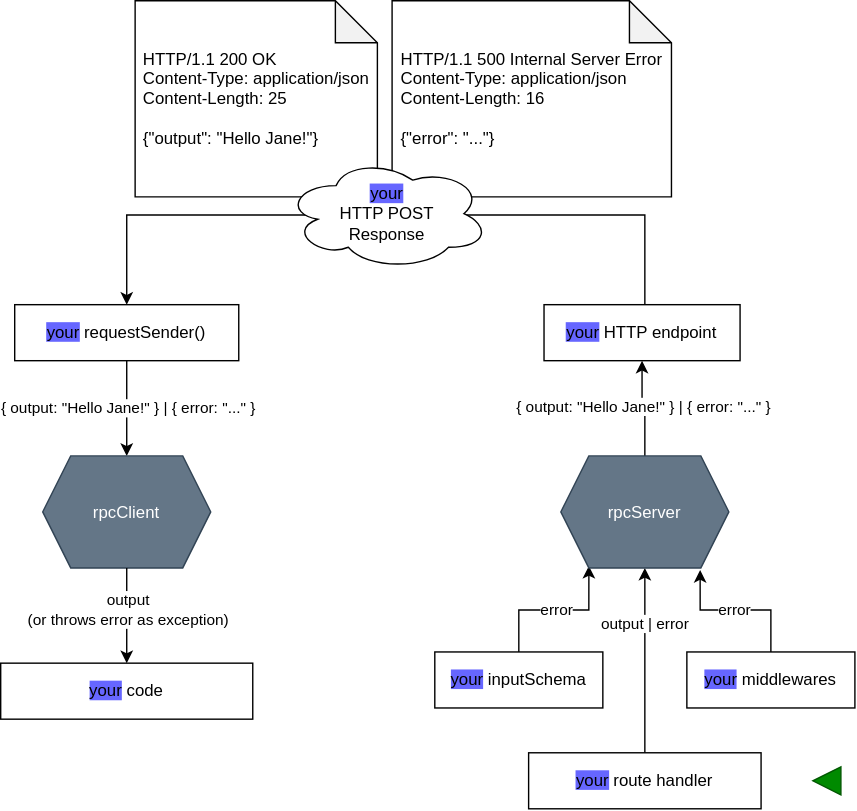
Before: docs/response.drawio.svg, a diagram exported from draw.io (petrhdk/rpc). Source tidied: cells renumbered, new cells last; positions are measured from the earlier drawing's top-left corner, leaving out a move shared by most shapes.
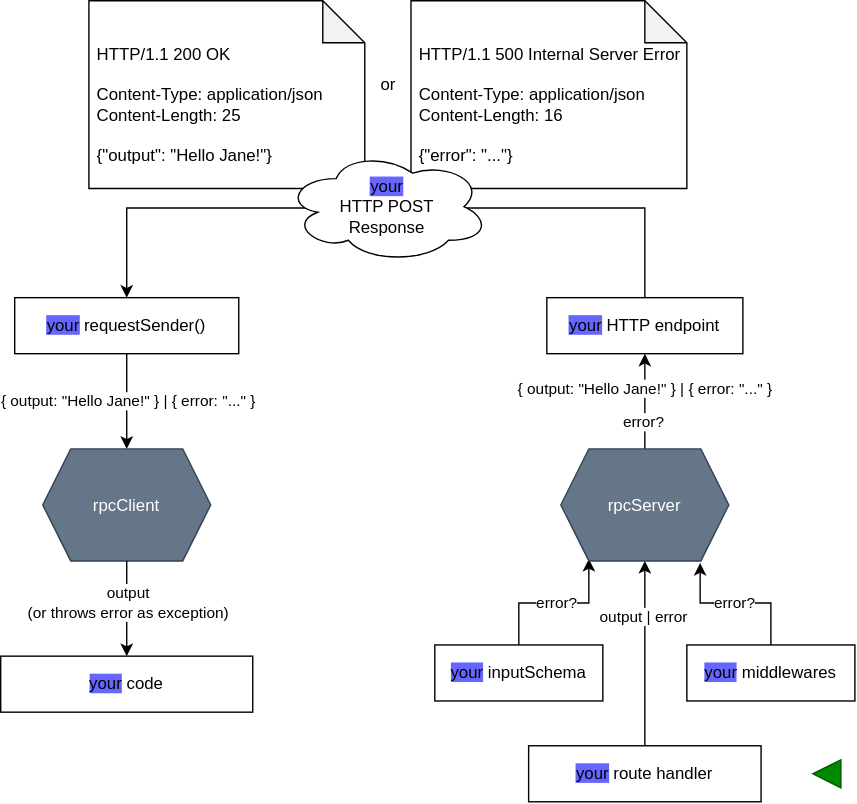
After the commit.

Commit message:
feature: `server.ts`: `invokeRoute()` returns `{ responsePayload, error }`

Change to the diagram source:
```diff
@@ -26,16 +26,21 @@
         </Array>
       </mxGeometry>
     </mxCell>
-    <mxCell id="8" style="edgeStyle=orthogonalEdgeStyle;rounded=0;jettySize=auto;html=1;entryX=0.5;entryY=1;entryDx=0;entryDy=0;exitX=0.5;exitY=0;exitDx=0;exitDy=0;" parent="1" edge="1" source="19" target="10">
+    <mxCell id="8" style="edgeStyle=orthogonalEdgeStyle;rounded=0;jettySize=auto;html=1;exitX=0.5;exitY=0;exitDx=0;exitDy=0;" parent="1" edge="1" source="19" target="10">
       <mxGeometry relative="1" as="geometry" />
     </mxCell>
     <mxCell id="9" value="{ output: &quot;Hello Jane!&quot; } | { error: &quot;...&quot; }" style="edgeLabel;html=1;align=center;verticalAlign=middle;" parent="8" vertex="1">
       <mxGeometry x="0.06" relative="1" as="geometry">
-        <mxPoint y="-1" as="offset" />
+        <mxPoint y="-8" as="offset" />
       </mxGeometry>
     </mxCell>
+    <mxCell id="27" value="error?" style="edgeLabel;html=1;align=center;verticalAlign=middle;inheritText=1;" parent="8" vertex="1">
+      <mxGeometry x="-0.35" y="1" relative="1" as="geometry">
+        <mxPoint y="2" as="offset" />
+      </mxGeometry>
+    </mxCell>
     <mxCell id="10" value="&lt;span style=&quot;background-color: rgb(102, 102, 255);&quot;&gt;your&lt;/span&gt; HTTP endpoint" style="rounded=0;whiteSpace=wrap;html=1;" parent="1" vertex="1">
-      <mxGeometry x="388" y="217" width="140" height="40" as="geometry" />
+      <mxGeometry x="390" y="217" width="140" height="40" as="geometry" />
     </mxCell>
     <mxCell id="11" style="triangle;whiteSpace=wrap;html=1;shapeInside=1;fillColor=#008a00;fontColor=#ffffff;strokeColor=#005700;direction=west;" parent="1" vertex="1">
       <mxGeometry x="580" y="547" width="20" height="20" as="geometry" />
@@ -46,7 +51,7 @@
     <mxCell id="13" style="edgeStyle=orthogonalEdgeStyle;rounded=0;jettySize=auto;html=1;exitX=0.5;exitY=0;exitDx=0;exitDy=0;entryX=0.829;entryY=1.018;entryDx=0;entryDy=0;entryPerimeter=0;" parent="1" edge="1" source="21" target="19">
       <mxGeometry relative="1" as="geometry" />
     </mxCell>
-    <mxCell id="14" value="error" style="edgeLabel;html=1;align=center;verticalAlign=middle;" parent="13" vertex="1">
+    <mxCell id="14" value="error?" style="edgeLabel;html=1;align=center;verticalAlign=middle;" parent="13" vertex="1">
       <mxGeometry x="0.11" relative="1" as="geometry">
         <mxPoint x="3" y="-1" as="offset" />
       </mxGeometry>
@@ -54,7 +59,7 @@
     <mxCell id="15" style="edgeStyle=orthogonalEdgeStyle;rounded=0;jettySize=auto;html=1;exitX=0.5;exitY=0;exitDx=0;exitDy=0;entryX=0.167;entryY=0.982;entryDx=0;entryDy=0;entryPerimeter=0;" parent="1" edge="1" source="22" target="19">
       <mxGeometry relative="1" as="geometry" />
     </mxCell>
-    <mxCell id="16" value="error" style="edgeLabel;html=1;align=center;verticalAlign=middle;" parent="15" vertex="1">
+    <mxCell id="16" value="error?" style="edgeLabel;html=1;align=center;verticalAlign=middle;" parent="15" vertex="1">
       <mxGeometry x="-0.21" relative="1" as="geometry">
         <mxPoint x="12" y="-1" as="offset" />
       </mxGeometry>
@@ -79,11 +84,11 @@
     <mxCell id="22" value="&lt;span style=&quot;background-color: rgb(102, 102, 255);&quot;&gt;your&lt;/span&gt; inputSchema" style="rounded=0;whiteSpace=wrap;html=1;" parent="1" vertex="1">
       <mxGeometry x="310" y="465" width="120" height="40" as="geometry" />
     </mxCell>
-    <mxCell id="23" value="&lt;div&gt;HTTP/1.1 200 OK&lt;/div&gt;&lt;div&gt;Content-Type: application/json&lt;/div&gt;&lt;div&gt;Content-Length: 25&lt;/div&gt;&lt;div&gt;&lt;br&gt;&lt;/div&gt;&lt;div&gt;{&quot;output&quot;: &quot;Hello Jane!&quot;}&lt;/div&gt;" style="shape=note;whiteSpace=wrap;html=1;backgroundOutline=1;darkOpacity=0.05;align=left;spacingLeft=4;" parent="1" vertex="1">
-      <mxGeometry x="96" width="173" height="140" as="geometry" />
+    <mxCell id="23" value="&lt;div&gt;HTTP/1.1 200 OK&lt;br&gt;&lt;br&gt;&lt;/div&gt;&lt;div&gt;Content-Type: application/json&lt;/div&gt;&lt;div&gt;Content-Length: 25&lt;/div&gt;&lt;div&gt;&lt;br&gt;&lt;/div&gt;&lt;div&gt;{&quot;output&quot;: &quot;Hello Jane!&quot;}&lt;/div&gt;" style="shape=note;whiteSpace=wrap;html=1;backgroundOutline=1;darkOpacity=0.05;align=left;spacingLeft=4;verticalAlign=bottom;spacingBottom=14;" parent="1" vertex="1">
+      <mxGeometry x="63" y="5" width="197" height="134" as="geometry" />
     </mxCell>
-    <mxCell id="24" value="&lt;div&gt;HTTP/1.1 500 Internal Server Error&lt;/div&gt;&lt;div&gt;Content-Type: application/json&lt;/div&gt;&lt;div&gt;Content-Length: 16&lt;/div&gt;&lt;div&gt;&lt;br&gt;&lt;/div&gt;&lt;div&gt;{&quot;error&quot;: &quot;...&quot;}&lt;/div&gt;" style="shape=note;whiteSpace=wrap;html=1;backgroundOutline=1;darkOpacity=0.05;align=left;spacingLeft=4;spacingRight=4;" parent="1" vertex="1">
-      <mxGeometry x="279.5" width="199.5" height="140" as="geometry" />
+    <mxCell id="24" value="&lt;div&gt;HTTP/1.1 500 Internal Server Error&lt;br&gt;&lt;br&gt;&lt;/div&gt;&lt;div&gt;Content-Type: application/json&lt;/div&gt;&lt;div&gt;Content-Length: 16&lt;/div&gt;&lt;div&gt;&lt;br&gt;&lt;/div&gt;&lt;div&gt;{&quot;error&quot;: &quot;...&quot;}&lt;/div&gt;" style="shape=note;whiteSpace=wrap;html=1;backgroundOutline=1;darkOpacity=0.05;align=left;spacingLeft=4;spacingRight=4;verticalAlign=bottom;spacingBottom=14;" parent="1" vertex="1">
+      <mxGeometry x="293" y="5" width="197" height="134" as="geometry" />
     </mxCell>
     <mxCell id="25" value="&lt;span&gt;&lt;span style=&quot;background-color: rgb(102, 102, 255);&quot;&gt;your&lt;/span&gt;&lt;br&gt;&lt;/span&gt;HTTP POST&lt;br&gt;Response" style="ellipse;shape=cloud;whiteSpace=wrap;html=1;" parent="1" vertex="1">
       <mxGeometry x="203" y="112" width="146" height="80" as="geometry" />
@@ -91,5 +96,8 @@
     <mxCell id="26" value="&lt;span style=&quot;background-color: rgb(102, 102, 255);&quot;&gt;your&lt;/span&gt; code" style="rounded=0;whiteSpace=wrap;html=1;" parent="1" vertex="1">
       <mxGeometry y="473" width="180" height="40" as="geometry" />
     </mxCell>
+    <mxCell id="28" value="or" style="text;html=1;whiteSpace=wrap;strokeColor=none;fillColor=none;align=center;verticalAlign=middle;rounded=0;" parent="1" vertex="1">
+      <mxGeometry x="247" y="50" width="60" height="30" as="geometry" />
+    </mxCell>
   </root>
 </mxGraphModel>
```
